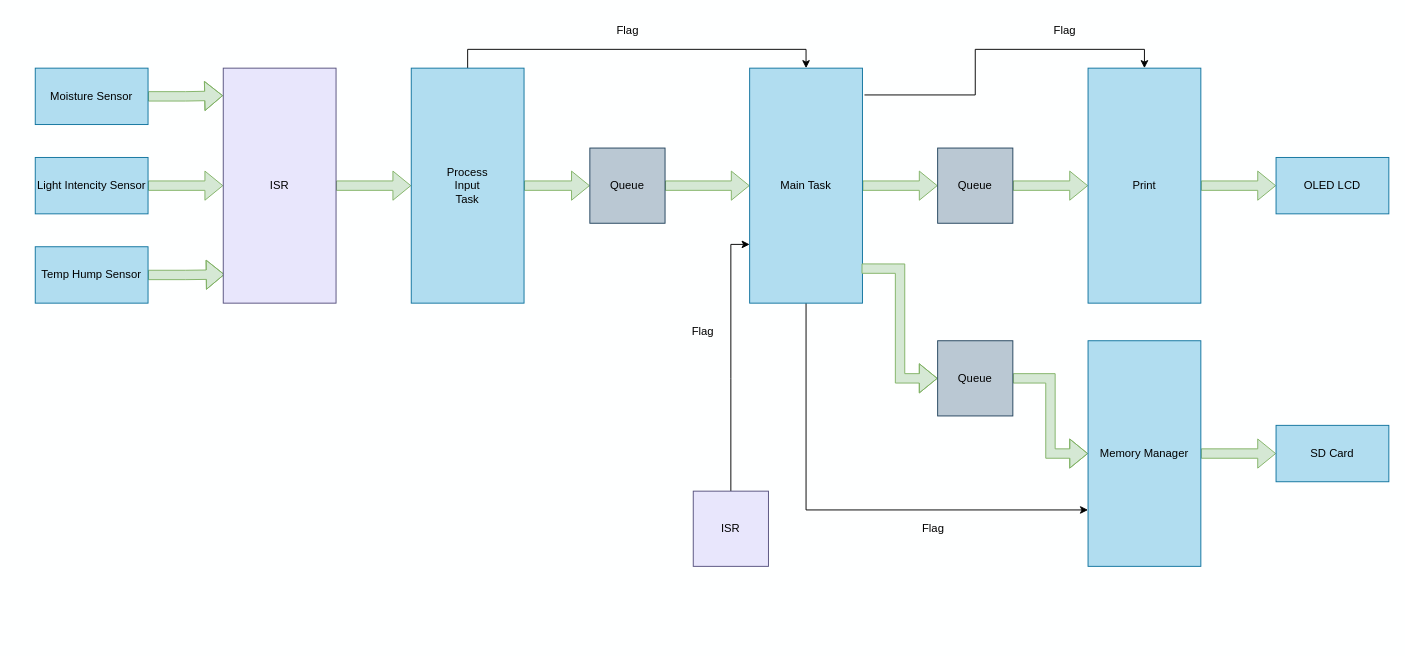
This is page "DataFlow" (1 of 2) of Blockdiagram.drawio from otaros/CE224, a draw.io file, before an edit. Source tidied: cells renumbered, new cells numbered last; positions are measured from the earlier drawing's top-left corner, leaving out a move shared by most shapes. Both pictures are drawn from the tidied source at 94%, with x=0, y=0 at pixel (35, 16).
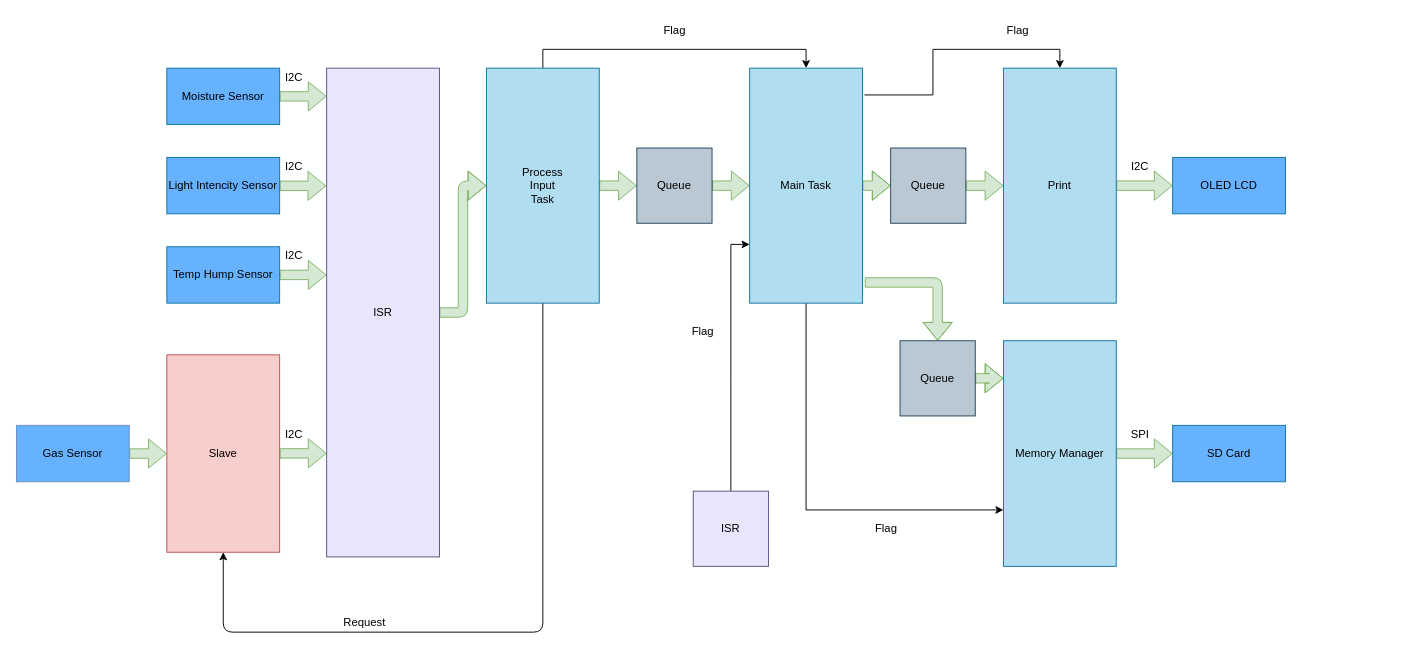
After the change.

Commit message (it also covers changes not shown here):
Report and Diagram

Unchanged cells that the change refers to:
```xml
<mxCell id="18" value="Main Task" style="rounded=0;whiteSpace=wrap;html=1;fillColor=#b1ddf0;strokeColor=#10739e;" parent="1" vertex="1">
  <mxGeometry x="760" y="55" width="120" height="250" as="geometry" />
</mxCell>
```

The edit, as a diff of the source:
```diff
@@
-    <mxCell id="2" style="edgeStyle=orthogonalEdgeStyle;rounded=0;jettySize=auto;html=1;entryX=-0.002;entryY=0.117;entryDx=0;entryDy=0;entryPerimeter=0;shape=flexArrow;fillColor=#d5e8d4;strokeColor=#82b366;" parent="1" edge="1" source="3" target="9">
-      <mxGeometry relative="1" as="geometry" />
-    </mxCell>
+    <mxCell id="36" style="edgeStyle=none;html=1;shape=flexArrow;fillColor=#d5e8d4;strokeColor=#82b366;" parent="1" edge="1" source="3">
+      <mxGeometry relative="1" as="geometry">
+        <mxPoint x="310" y="85" as="targetPoint" />
+      </mxGeometry>
+    </mxCell>
-    <mxCell id="3" value="Moisture Sensor" style="rounded=0;whiteSpace=wrap;html=1;fillColor=#b1ddf0;strokeColor=#10739e;" parent="1" vertex="1">
-      <mxGeometry y="55" width="120" height="60" as="geometry" />
+    <mxCell id="3" value="Moisture Sensor" style="rounded=0;whiteSpace=wrap;html=1;fillColor=#66B2FF;strokeColor=#10739e;" parent="1" vertex="1">
+      <mxGeometry x="140" y="55" width="120" height="60" as="geometry" />
     </mxCell>
-    <mxCell id="4" style="edgeStyle=orthogonalEdgeStyle;shape=flexArrow;rounded=0;jettySize=auto;html=1;entryX=0;entryY=0.5;entryDx=0;entryDy=0;fillColor=#d5e8d4;strokeColor=#82b366;" parent="1" edge="1" source="5" target="9">
+    <mxCell id="4" style="edgeStyle=none;html=1;entryX=-0.003;entryY=0.241;entryDx=0;entryDy=0;entryPerimeter=0;shape=flexArrow;fillColor=#d5e8d4;strokeColor=#82b366;" parent="1" edge="1" source="5" target="9">
       <mxGeometry relative="1" as="geometry" />
     </mxCell>
-    <mxCell id="5" value="Light Intencity Sensor" style="rounded=0;whiteSpace=wrap;html=1;fillColor=#b1ddf0;strokeColor=#10739e;" parent="1" vertex="1">
-      <mxGeometry y="150" width="120" height="60" as="geometry" />
+    <mxCell id="5" value="Light Intencity Sensor" style="rounded=0;whiteSpace=wrap;html=1;fillColor=#66B2FF;strokeColor=#10739e;" parent="1" vertex="1">
+      <mxGeometry x="140" y="150" width="120" height="60" as="geometry" />
     </mxCell>
-    <mxCell id="6" style="edgeStyle=orthogonalEdgeStyle;shape=flexArrow;rounded=0;jettySize=auto;html=1;entryX=0.012;entryY=0.878;entryDx=0;entryDy=0;entryPerimeter=0;fillColor=#d5e8d4;strokeColor=#82b366;" parent="1" edge="1" source="7" target="9">
+    <mxCell id="6" style="edgeStyle=none;html=1;entryX=0;entryY=0.423;entryDx=0;entryDy=0;entryPerimeter=0;shape=flexArrow;fillColor=#d5e8d4;strokeColor=#82b366;" parent="1" edge="1" source="7" target="9">
       <mxGeometry relative="1" as="geometry" />
     </mxCell>
-    <mxCell id="7" value="Temp Hump Sensor" style="rounded=0;whiteSpace=wrap;html=1;fillColor=#b1ddf0;strokeColor=#10739e;" parent="1" vertex="1">
-      <mxGeometry y="245" width="120" height="60" as="geometry" />
+    <mxCell id="7" value="Temp Hump Sensor" style="rounded=0;whiteSpace=wrap;html=1;fillColor=#66B2FF;strokeColor=#10739e;" parent="1" vertex="1">
+      <mxGeometry x="140" y="245" width="120" height="60" as="geometry" />
     </mxCell>
-    <mxCell id="8" style="edgeStyle=orthogonalEdgeStyle;shape=flexArrow;rounded=0;jettySize=auto;html=1;entryX=0;entryY=0.5;entryDx=0;entryDy=0;fillColor=#d5e8d4;strokeColor=#82b366;" parent="1" edge="1" source="9" target="12">
+    <mxCell id="8" style="edgeStyle=orthogonalEdgeStyle;shape=flexArrow;html=1;entryX=0;entryY=0.5;entryDx=0;entryDy=0;fillColor=#d5e8d4;strokeColor=#82b366;" parent="1" edge="1" source="9" target="12">
       <mxGeometry relative="1" as="geometry" />
     </mxCell>
     <mxCell id="9" value="ISR" style="rounded=0;whiteSpace=wrap;html=1;fillColor=#E8E6FC;strokeColor=#56517e;" parent="1" vertex="1">
-      <mxGeometry x="200" y="55" width="120" height="250" as="geometry" />
+      <mxGeometry x="310" y="55" width="120" height="520" as="geometry" />
     </mxCell>
@@
-    <mxCell id="11" style="edgeStyle=orthogonalEdgeStyle;rounded=0;jettySize=auto;html=1;entryX=0.5;entryY=0;entryDx=0;entryDy=0;exitX=0.5;exitY=0;exitDx=0;exitDy=0;" parent="1" edge="1" source="12" target="18">
+    <mxCell id="11" style="rounded=0;jettySize=auto;html=1;entryX=0.5;entryY=0;entryDx=0;entryDy=0;exitX=0.5;exitY=0;exitDx=0;exitDy=0;edgeStyle=orthogonalEdgeStyle;" parent="1" edge="1" source="12" target="18">
       <mxGeometry relative="1" as="geometry" />
     </mxCell>
+    <mxCell id="37" style="edgeStyle=none;html=1;entryX=0.5;entryY=1;entryDx=0;entryDy=0;" parent="1" edge="1" source="12" target="39">
+      <mxGeometry relative="1" as="geometry">
+        <Array as="points">
+          <mxPoint x="540" y="655" />
+          <mxPoint x="200" y="655" />
+        </Array>
+      </mxGeometry>
+    </mxCell>
     <mxCell id="12" value="Process&lt;br&gt;Input&lt;br&gt;Task" style="rounded=0;whiteSpace=wrap;html=1;fillColor=#b1ddf0;strokeColor=#10739e;" parent="1" vertex="1">
-      <mxGeometry x="400" y="55" width="120" height="250" as="geometry" />
+      <mxGeometry x="480" y="55" width="120" height="250" as="geometry" />
     </mxCell>
@@
     <mxCell id="14" value="Queue" style="whiteSpace=wrap;html=1;fillColor=#bac8d3;strokeColor=#23445d;" parent="1" vertex="1">
-      <mxGeometry x="590" y="140" width="80" height="80" as="geometry" />
+      <mxGeometry x="640" y="140" width="80" height="80" as="geometry" />
     </mxCell>
@@
+    <mxCell id="20" style="edgeStyle=orthogonalEdgeStyle;shape=flexArrow;html=1;entryX=0.5;entryY=0;entryDx=0;entryDy=0;exitX=1.021;exitY=0.912;exitDx=0;exitDy=0;exitPerimeter=0;fillColor=#d5e8d4;strokeColor=#82b366;" parent="1" edge="1" source="18" target="30">
+      <mxGeometry relative="1" as="geometry" />
+    </mxCell>
@@
     <mxCell id="19" value="Flag" style="text;html=1;align=center;verticalAlign=middle;strokeColor=none;fillColor=none;" parent="1" vertex="1">
-      <mxGeometry x="605" width="50" height="30" as="geometry" />
+      <mxGeometry x="655" width="50" height="30" as="geometry" />
     </mxCell>
-    <mxCell id="20" style="edgeStyle=orthogonalEdgeStyle;shape=flexArrow;rounded=0;jettySize=auto;html=1;entryX=0;entryY=0.5;entryDx=0;entryDy=0;fillColor=#d5e8d4;strokeColor=#82b366;exitX=0.992;exitY=0.853;exitDx=0;exitDy=0;exitPerimeter=0;" parent="1" edge="1" source="18" target="30">
-      <mxGeometry relative="1" as="geometry" />
-    </mxCell>
@@
     <mxCell id="24" value="Queue" style="whiteSpace=wrap;html=1;fillColor=#bac8d3;strokeColor=#23445d;" parent="1" vertex="1">
-      <mxGeometry x="960" y="140" width="80" height="80" as="geometry" />
+      <mxGeometry x="910" y="140" width="80" height="80" as="geometry" />
     </mxCell>
@@
     <mxCell id="26" value="Print" style="rounded=0;whiteSpace=wrap;html=1;fillColor=#b1ddf0;strokeColor=#10739e;" parent="1" vertex="1">
-      <mxGeometry x="1120" y="55" width="120" height="250" as="geometry" />
+      <mxGeometry x="1030" y="55" width="120" height="250" as="geometry" />
     </mxCell>
-    <mxCell id="27" value="OLED LCD" style="rounded=0;whiteSpace=wrap;html=1;fillColor=#b1ddf0;strokeColor=#10739e;" parent="1" vertex="1">
-      <mxGeometry x="1320" y="150" width="120" height="60" as="geometry" />
+    <mxCell id="27" value="OLED LCD" style="rounded=0;whiteSpace=wrap;html=1;fillColor=#66B2FF;strokeColor=#10739e;" parent="1" vertex="1">
+      <mxGeometry x="1210" y="150" width="120" height="60" as="geometry" />
     </mxCell>
     <mxCell id="28" value="Flag" style="text;html=1;align=center;verticalAlign=middle;strokeColor=none;fillColor=none;" parent="1" vertex="1">
-      <mxGeometry x="1070" width="50" height="30" as="geometry" />
+      <mxGeometry x="1020" width="50" height="30" as="geometry" />
     </mxCell>
-    <mxCell id="29" style="edgeStyle=orthogonalEdgeStyle;shape=flexArrow;rounded=0;jettySize=auto;html=1;entryX=0;entryY=0.5;entryDx=0;entryDy=0;fillColor=#d5e8d4;strokeColor=#82b366;" parent="1" edge="1" source="30" target="32">
+    <mxCell id="29" style="edgeStyle=orthogonalEdgeStyle;html=1;entryX=0;entryY=0.167;entryDx=0;entryDy=0;entryPerimeter=0;shape=flexArrow;fillColor=#d5e8d4;strokeColor=#82b366;" parent="1" edge="1" source="30" target="32">
       <mxGeometry relative="1" as="geometry" />
     </mxCell>
     <mxCell id="30" value="Queue" style="whiteSpace=wrap;html=1;fillColor=#bac8d3;strokeColor=#23445d;" parent="1" vertex="1">
-      <mxGeometry x="960" y="345" width="80" height="80" as="geometry" />
+      <mxGeometry x="920" y="345" width="80" height="80" as="geometry" />
     </mxCell>
@@
     <mxCell id="32" value="Memory Manager" style="rounded=0;whiteSpace=wrap;html=1;fillColor=#b1ddf0;strokeColor=#10739e;" parent="1" vertex="1">
-      <mxGeometry x="1120" y="345" width="120" height="240" as="geometry" />
+      <mxGeometry x="1030" y="345" width="120" height="240" as="geometry" />
     </mxCell>
     <mxCell id="33" value="Flag" style="text;html=1;align=center;verticalAlign=middle;strokeColor=none;fillColor=none;" parent="1" vertex="1">
-      <mxGeometry x="930" y="530" width="50" height="30" as="geometry" />
+      <mxGeometry x="880" y="530" width="50" height="30" as="geometry" />
     </mxCell>
@@
-    <mxCell id="35" value="SD Card" style="rounded=0;whiteSpace=wrap;html=1;fillColor=#b1ddf0;strokeColor=#10739e;" parent="1" vertex="1">
-      <mxGeometry x="1320" y="435" width="120" height="60" as="geometry" />
+    <mxCell id="35" value="SD Card" style="rounded=0;whiteSpace=wrap;html=1;fillColor=#66B2FF;strokeColor=#10739e;" parent="1" vertex="1">
+      <mxGeometry x="1210" y="435" width="120" height="60" as="geometry" />
     </mxCell>
+    <mxCell id="38" style="edgeStyle=none;html=1;entryX=0;entryY=0.788;entryDx=0;entryDy=0;entryPerimeter=0;shape=flexArrow;fillColor=#d5e8d4;strokeColor=#82b366;" parent="1" edge="1" source="39" target="9">
+      <mxGeometry relative="1" as="geometry" />
+    </mxCell>
+    <mxCell id="39" value="Slave" style="rounded=0;whiteSpace=wrap;html=1;fillColor=#f8cecc;strokeColor=#b85450;" parent="1" vertex="1">
+      <mxGeometry x="140" y="360" width="120" height="210" as="geometry" />
+    </mxCell>
+    <mxCell id="40" style="edgeStyle=none;shape=flexArrow;html=1;entryX=0;entryY=0.5;entryDx=0;entryDy=0;fillColor=#d5e8d4;strokeColor=#82b366;" parent="1" edge="1" source="41" target="39">
+      <mxGeometry relative="1" as="geometry" />
+    </mxCell>
+    <mxCell id="41" value="Gas Sensor" style="rounded=0;whiteSpace=wrap;html=1;fillColor=#66B2FF;strokeColor=#6c8ebf;" parent="1" vertex="1">
+      <mxGeometry x="-20" y="435" width="120" height="60" as="geometry" />
+    </mxCell>
+    <mxCell id="42" value="Request" style="text;html=1;align=center;verticalAlign=middle;strokeColor=none;fillColor=none;" parent="1" vertex="1">
+      <mxGeometry x="320" y="635" width="60" height="20" as="geometry" />
+    </mxCell>
+    <mxCell id="43" value="I2C" style="text;html=1;align=center;verticalAlign=middle;strokeColor=none;fillColor=none;" parent="1" vertex="1">
+      <mxGeometry x="260" y="55" width="30" height="20" as="geometry" />
+    </mxCell>
+    <mxCell id="44" value="I2C" style="text;html=1;align=center;verticalAlign=middle;strokeColor=none;fillColor=none;" parent="1" vertex="1">
+      <mxGeometry x="260" y="150" width="30" height="20" as="geometry" />
+    </mxCell>
+    <mxCell id="45" value="I2C" style="text;html=1;align=center;verticalAlign=middle;strokeColor=none;fillColor=none;" parent="1" vertex="1">
+      <mxGeometry x="260" y="245" width="30" height="20" as="geometry" />
+    </mxCell>
+    <mxCell id="46" value="I2C" style="text;html=1;align=center;verticalAlign=middle;strokeColor=none;fillColor=none;" parent="1" vertex="1">
+      <mxGeometry x="260" y="435" width="30" height="20" as="geometry" />
+    </mxCell>
+    <mxCell id="47" value="I2C" style="text;html=1;align=center;verticalAlign=middle;strokeColor=none;fillColor=none;" parent="1" vertex="1">
+      <mxGeometry x="1160" y="150" width="30" height="20" as="geometry" />
+    </mxCell>
+    <mxCell id="48" value="SPI" style="text;html=1;align=center;verticalAlign=middle;strokeColor=none;fillColor=none;" parent="1" vertex="1">
+      <mxGeometry x="1160" y="435" width="30" height="20" as="geometry" />
+    </mxCell>
```
